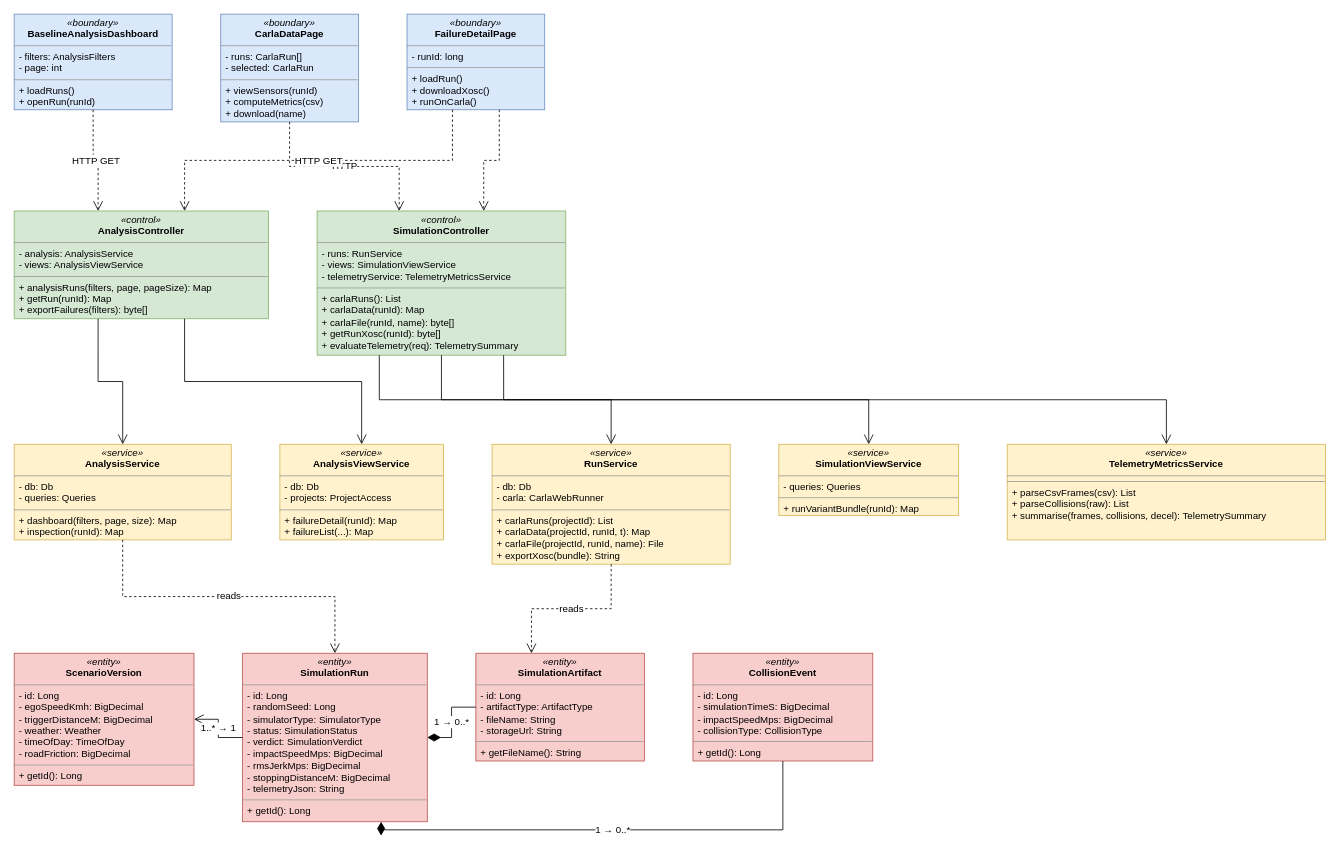
Before: docs/report/diagrams/fe09-11/fe09-class.drawio in Menakanchi/SEP490-FA26-G15, a draw.io diagram. Source tidied: cells renumbered, new cells numbered last; positions are measured from the earlier drawing's top-left corner, leaving out a move shared by most shapes. Both pictures are drawn from the tidied source at 81%, with x=0, y=0 at pixel (14, 14).
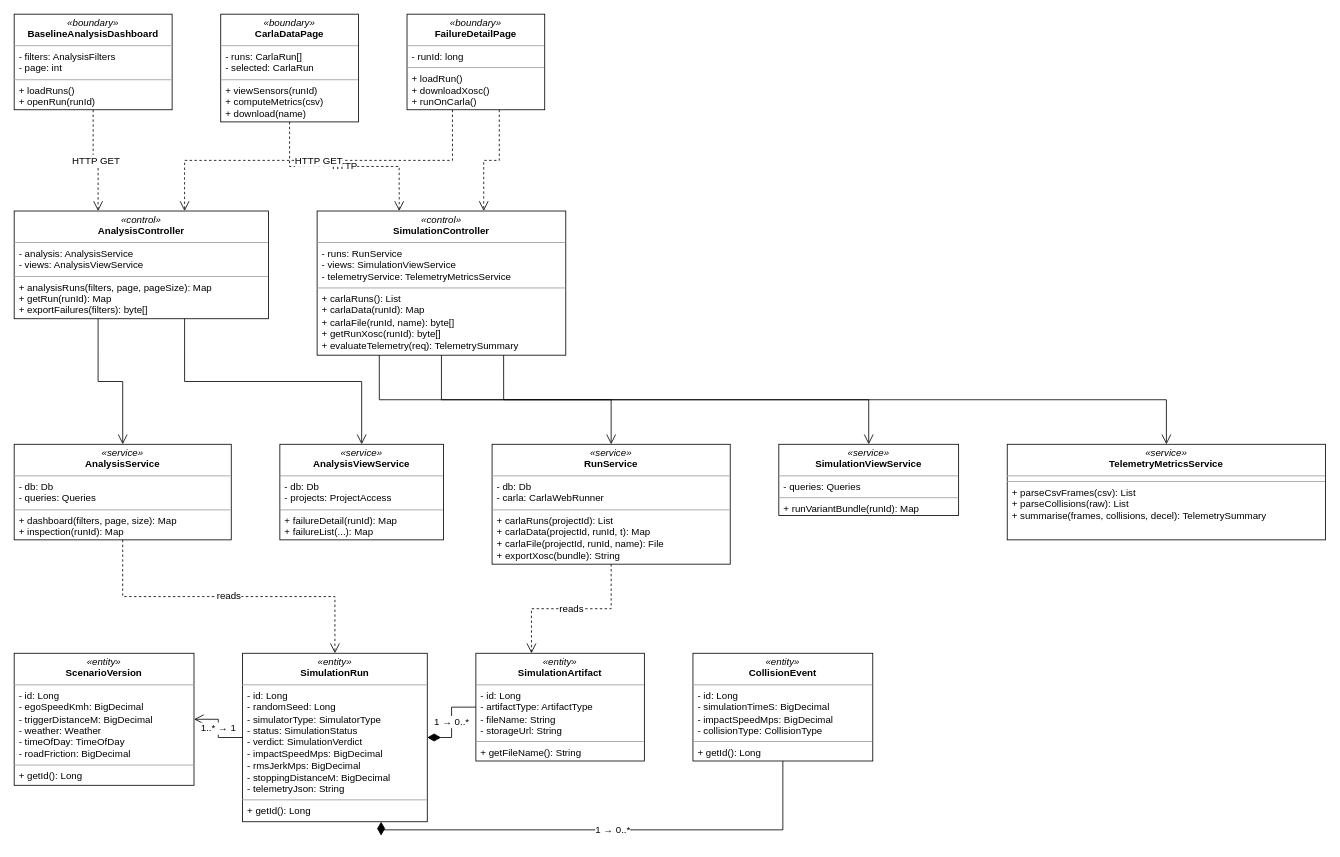
The same page after the edit.

Diff of the diagram source:
```diff
@@
-    <mxCell id="2" value="&lt;p style=&quot;margin:0;margin-top:4px;text-align:center;&quot;&gt;&lt;i&gt;&amp;laquo;boundary&amp;raquo;&lt;/i&gt;&lt;br&gt;&lt;b&gt;BaselineAnalysisDashboard&lt;/b&gt;&lt;/p&gt;&lt;hr size=&quot;1&quot;&gt;&lt;p style=&quot;margin:0 0 0 6px;&quot;&gt;- filters: AnalysisFilters&lt;br&gt;- page: int&lt;/p&gt;&lt;hr size=&quot;1&quot;&gt;&lt;p style=&quot;margin:0 0 0 6px;&quot;&gt;+ loadRuns()&lt;br&gt;+ openRun(runId)&lt;/p&gt;" style="verticalAlign=top;align=left;overflow=fill;html=1;whiteSpace=wrap;fontFamily=Helvetica;fontSize=12;fillColor=#dae8fc;strokeColor=#6c8ebf;" parent="1" vertex="1">
+    <mxCell id="2" value="&lt;p style=&quot;margin:0;margin-top:4px;text-align:center;&quot;&gt;&lt;i&gt;&amp;laquo;boundary&amp;raquo;&lt;/i&gt;&lt;br&gt;&lt;b&gt;BaselineAnalysisDashboard&lt;/b&gt;&lt;/p&gt;&lt;hr size=&quot;1&quot;&gt;&lt;p style=&quot;margin:0 0 0 6px;&quot;&gt;- filters: AnalysisFilters&lt;br&gt;- page: int&lt;/p&gt;&lt;hr size=&quot;1&quot;&gt;&lt;p style=&quot;margin:0 0 0 6px;&quot;&gt;+ loadRuns()&lt;br&gt;+ openRun(runId)&lt;/p&gt;" style="verticalAlign=top;align=left;overflow=fill;html=1;whiteSpace=wrap;fontFamily=Helvetica;fontSize=12;fillColor=#ffffff;strokeColor=#000000;" parent="1" vertex="1">
       <mxGeometry width="195" height="118" as="geometry" />
     </mxCell>
-    <mxCell id="3" value="&lt;p style=&quot;margin:0;margin-top:4px;text-align:center;&quot;&gt;&lt;i&gt;&amp;laquo;boundary&amp;raquo;&lt;/i&gt;&lt;br&gt;&lt;b&gt;CarlaDataPage&lt;/b&gt;&lt;/p&gt;&lt;hr size=&quot;1&quot;&gt;&lt;p style=&quot;margin:0 0 0 6px;&quot;&gt;- runs: CarlaRun[]&lt;br&gt;- selected: CarlaRun&lt;/p&gt;&lt;hr size=&quot;1&quot;&gt;&lt;p style=&quot;margin:0 0 0 6px;&quot;&gt;+ viewSensors(runId)&lt;br&gt;+ computeMetrics(csv)&lt;br&gt;+ download(name)&lt;/p&gt;" style="verticalAlign=top;align=left;overflow=fill;html=1;whiteSpace=wrap;fontFamily=Helvetica;fontSize=12;fillColor=#dae8fc;strokeColor=#6c8ebf;" parent="1" vertex="1">
+    <mxCell id="3" value="&lt;p style=&quot;margin:0;margin-top:4px;text-align:center;&quot;&gt;&lt;i&gt;&amp;laquo;boundary&amp;raquo;&lt;/i&gt;&lt;br&gt;&lt;b&gt;CarlaDataPage&lt;/b&gt;&lt;/p&gt;&lt;hr size=&quot;1&quot;&gt;&lt;p style=&quot;margin:0 0 0 6px;&quot;&gt;- runs: CarlaRun[]&lt;br&gt;- selected: CarlaRun&lt;/p&gt;&lt;hr size=&quot;1&quot;&gt;&lt;p style=&quot;margin:0 0 0 6px;&quot;&gt;+ viewSensors(runId)&lt;br&gt;+ computeMetrics(csv)&lt;br&gt;+ download(name)&lt;/p&gt;" style="verticalAlign=top;align=left;overflow=fill;html=1;whiteSpace=wrap;fontFamily=Helvetica;fontSize=12;fillColor=#ffffff;strokeColor=#000000;" parent="1" vertex="1">
       <mxGeometry x="255" width="170" height="133" as="geometry" />
     </mxCell>
-    <mxCell id="4" value="&lt;p style=&quot;margin:0;margin-top:4px;text-align:center;&quot;&gt;&lt;i&gt;&amp;laquo;boundary&amp;raquo;&lt;/i&gt;&lt;br&gt;&lt;b&gt;FailureDetailPage&lt;/b&gt;&lt;/p&gt;&lt;hr size=&quot;1&quot;&gt;&lt;p style=&quot;margin:0 0 0 6px;&quot;&gt;- runId: long&lt;/p&gt;&lt;hr size=&quot;1&quot;&gt;&lt;p style=&quot;margin:0 0 0 6px;&quot;&gt;+ loadRun()&lt;br&gt;+ downloadXosc()&lt;br&gt;+ runOnCarla()&lt;/p&gt;" style="verticalAlign=top;align=left;overflow=fill;html=1;whiteSpace=wrap;fontFamily=Helvetica;fontSize=12;fillColor=#dae8fc;strokeColor=#6c8ebf;" parent="1" vertex="1">
+    <mxCell id="4" value="&lt;p style=&quot;margin:0;margin-top:4px;text-align:center;&quot;&gt;&lt;i&gt;&amp;laquo;boundary&amp;raquo;&lt;/i&gt;&lt;br&gt;&lt;b&gt;FailureDetailPage&lt;/b&gt;&lt;/p&gt;&lt;hr size=&quot;1&quot;&gt;&lt;p style=&quot;margin:0 0 0 6px;&quot;&gt;- runId: long&lt;/p&gt;&lt;hr size=&quot;1&quot;&gt;&lt;p style=&quot;margin:0 0 0 6px;&quot;&gt;+ loadRun()&lt;br&gt;+ downloadXosc()&lt;br&gt;+ runOnCarla()&lt;/p&gt;" style="verticalAlign=top;align=left;overflow=fill;html=1;whiteSpace=wrap;fontFamily=Helvetica;fontSize=12;fillColor=#ffffff;strokeColor=#000000;" parent="1" vertex="1">
       <mxGeometry x="485" width="170" height="118" as="geometry" />
     </mxCell>
-    <mxCell id="5" value="&lt;p style=&quot;margin:0;margin-top:4px;text-align:center;&quot;&gt;&lt;i&gt;&amp;laquo;control&amp;raquo;&lt;/i&gt;&lt;br&gt;&lt;b&gt;AnalysisController&lt;/b&gt;&lt;/p&gt;&lt;hr size=&quot;1&quot;&gt;&lt;p style=&quot;margin:0 0 0 6px;&quot;&gt;- analysis: AnalysisService&lt;br&gt;- views: AnalysisViewService&lt;/p&gt;&lt;hr size=&quot;1&quot;&gt;&lt;p style=&quot;margin:0 0 0 6px;&quot;&gt;+ analysisRuns(filters, page, pageSize): Map&lt;br&gt;+ getRun(runId): Map&lt;br&gt;+ exportFailures(filters): byte[]&lt;/p&gt;" style="verticalAlign=top;align=left;overflow=fill;html=1;whiteSpace=wrap;fontFamily=Helvetica;fontSize=12;fillColor=#d5e8d4;strokeColor=#82b366;" parent="1" vertex="1">
+    <mxCell id="5" value="&lt;p style=&quot;margin:0;margin-top:4px;text-align:center;&quot;&gt;&lt;i&gt;&amp;laquo;control&amp;raquo;&lt;/i&gt;&lt;br&gt;&lt;b&gt;AnalysisController&lt;/b&gt;&lt;/p&gt;&lt;hr size=&quot;1&quot;&gt;&lt;p style=&quot;margin:0 0 0 6px;&quot;&gt;- analysis: AnalysisService&lt;br&gt;- views: AnalysisViewService&lt;/p&gt;&lt;hr size=&quot;1&quot;&gt;&lt;p style=&quot;margin:0 0 0 6px;&quot;&gt;+ analysisRuns(filters, page, pageSize): Map&lt;br&gt;+ getRun(runId): Map&lt;br&gt;+ exportFailures(filters): byte[]&lt;/p&gt;" style="verticalAlign=top;align=left;overflow=fill;html=1;whiteSpace=wrap;fontFamily=Helvetica;fontSize=12;fillColor=#ffffff;strokeColor=#000000;" parent="1" vertex="1">
       <mxGeometry y="243" width="314" height="133" as="geometry" />
     </mxCell>
-    <mxCell id="6" value="&lt;p style=&quot;margin:0;margin-top:4px;text-align:center;&quot;&gt;&lt;i&gt;&amp;laquo;control&amp;raquo;&lt;/i&gt;&lt;br&gt;&lt;b&gt;SimulationController&lt;/b&gt;&lt;/p&gt;&lt;hr size=&quot;1&quot;&gt;&lt;p style=&quot;margin:0 0 0 6px;&quot;&gt;- runs: RunService&lt;br&gt;- views: SimulationViewService&lt;br&gt;- telemetryService: TelemetryMetricsService&lt;/p&gt;&lt;hr size=&quot;1&quot;&gt;&lt;p style=&quot;margin:0 0 0 6px;&quot;&gt;+ carlaRuns(): List&lt;br&gt;+ carlaData(runId): Map&lt;br&gt;+ carlaFile(runId, name): byte[]&lt;br&gt;+ getRunXosc(runId): byte[]&lt;br&gt;+ evaluateTelemetry(req): TelemetrySummary&lt;/p&gt;" style="verticalAlign=top;align=left;overflow=fill;html=1;whiteSpace=wrap;fontFamily=Helvetica;fontSize=12;fillColor=#d5e8d4;strokeColor=#82b366;" parent="1" vertex="1">
+    <mxCell id="6" value="&lt;p style=&quot;margin:0;margin-top:4px;text-align:center;&quot;&gt;&lt;i&gt;&amp;laquo;control&amp;raquo;&lt;/i&gt;&lt;br&gt;&lt;b&gt;SimulationController&lt;/b&gt;&lt;/p&gt;&lt;hr size=&quot;1&quot;&gt;&lt;p style=&quot;margin:0 0 0 6px;&quot;&gt;- runs: RunService&lt;br&gt;- views: SimulationViewService&lt;br&gt;- telemetryService: TelemetryMetricsService&lt;/p&gt;&lt;hr size=&quot;1&quot;&gt;&lt;p style=&quot;margin:0 0 0 6px;&quot;&gt;+ carlaRuns(): List&lt;br&gt;+ carlaData(runId): Map&lt;br&gt;+ carlaFile(runId, name): byte[]&lt;br&gt;+ getRunXosc(runId): byte[]&lt;br&gt;+ evaluateTelemetry(req): TelemetrySummary&lt;/p&gt;" style="verticalAlign=top;align=left;overflow=fill;html=1;whiteSpace=wrap;fontFamily=Helvetica;fontSize=12;fillColor=#ffffff;strokeColor=#000000;" parent="1" vertex="1">
       <mxGeometry x="374" y="243" width="307" height="178" as="geometry" />
     </mxCell>
-    <mxCell id="7" value="&lt;p style=&quot;margin:0;margin-top:4px;text-align:center;&quot;&gt;&lt;i&gt;&amp;laquo;service&amp;raquo;&lt;/i&gt;&lt;br&gt;&lt;b&gt;AnalysisService&lt;/b&gt;&lt;/p&gt;&lt;hr size=&quot;1&quot;&gt;&lt;p style=&quot;margin:0 0 0 6px;&quot;&gt;- db: Db&lt;br&gt;- queries: Queries&lt;/p&gt;&lt;hr size=&quot;1&quot;&gt;&lt;p style=&quot;margin:0 0 0 6px;&quot;&gt;+ dashboard(filters, page, size): Map&lt;br&gt;+ inspection(runId): Map&lt;/p&gt;" style="verticalAlign=top;align=left;overflow=fill;html=1;whiteSpace=wrap;fontFamily=Helvetica;fontSize=12;fillColor=#fff2cc;strokeColor=#d6b656;" parent="1" vertex="1">
+    <mxCell id="7" value="&lt;p style=&quot;margin:0;margin-top:4px;text-align:center;&quot;&gt;&lt;i&gt;&amp;laquo;service&amp;raquo;&lt;/i&gt;&lt;br&gt;&lt;b&gt;AnalysisService&lt;/b&gt;&lt;/p&gt;&lt;hr size=&quot;1&quot;&gt;&lt;p style=&quot;margin:0 0 0 6px;&quot;&gt;- db: Db&lt;br&gt;- queries: Queries&lt;/p&gt;&lt;hr size=&quot;1&quot;&gt;&lt;p style=&quot;margin:0 0 0 6px;&quot;&gt;+ dashboard(filters, page, size): Map&lt;br&gt;+ inspection(runId): Map&lt;/p&gt;" style="verticalAlign=top;align=left;overflow=fill;html=1;whiteSpace=wrap;fontFamily=Helvetica;fontSize=12;fillColor=#ffffff;strokeColor=#000000;" parent="1" vertex="1">
       <mxGeometry y="531" width="268" height="118" as="geometry" />
     </mxCell>
-    <mxCell id="8" value="&lt;p style=&quot;margin:0;margin-top:4px;text-align:center;&quot;&gt;&lt;i&gt;&amp;laquo;service&amp;raquo;&lt;/i&gt;&lt;br&gt;&lt;b&gt;AnalysisViewService&lt;/b&gt;&lt;/p&gt;&lt;hr size=&quot;1&quot;&gt;&lt;p style=&quot;margin:0 0 0 6px;&quot;&gt;- db: Db&lt;br&gt;- projects: ProjectAccess&lt;/p&gt;&lt;hr size=&quot;1&quot;&gt;&lt;p style=&quot;margin:0 0 0 6px;&quot;&gt;+ failureDetail(runId): Map&lt;br&gt;+ failureList(...): Map&lt;/p&gt;" style="verticalAlign=top;align=left;overflow=fill;html=1;whiteSpace=wrap;fontFamily=Helvetica;fontSize=12;fillColor=#fff2cc;strokeColor=#d6b656;" parent="1" vertex="1">
+    <mxCell id="8" value="&lt;p style=&quot;margin:0;margin-top:4px;text-align:center;&quot;&gt;&lt;i&gt;&amp;laquo;service&amp;raquo;&lt;/i&gt;&lt;br&gt;&lt;b&gt;AnalysisViewService&lt;/b&gt;&lt;/p&gt;&lt;hr size=&quot;1&quot;&gt;&lt;p style=&quot;margin:0 0 0 6px;&quot;&gt;- db: Db&lt;br&gt;- projects: ProjectAccess&lt;/p&gt;&lt;hr size=&quot;1&quot;&gt;&lt;p style=&quot;margin:0 0 0 6px;&quot;&gt;+ failureDetail(runId): Map&lt;br&gt;+ failureList(...): Map&lt;/p&gt;" style="verticalAlign=top;align=left;overflow=fill;html=1;whiteSpace=wrap;fontFamily=Helvetica;fontSize=12;fillColor=#ffffff;strokeColor=#000000;" parent="1" vertex="1">
       <mxGeometry x="328" y="531" width="202" height="118" as="geometry" />
     </mxCell>
-    <mxCell id="9" value="&lt;p style=&quot;margin:0;margin-top:4px;text-align:center;&quot;&gt;&lt;i&gt;&amp;laquo;service&amp;raquo;&lt;/i&gt;&lt;br&gt;&lt;b&gt;RunService&lt;/b&gt;&lt;/p&gt;&lt;hr size=&quot;1&quot;&gt;&lt;p style=&quot;margin:0 0 0 6px;&quot;&gt;- db: Db&lt;br&gt;- carla: CarlaWebRunner&lt;/p&gt;&lt;hr size=&quot;1&quot;&gt;&lt;p style=&quot;margin:0 0 0 6px;&quot;&gt;+ carlaRuns(projectId): List&lt;br&gt;+ carlaData(projectId, runId, t): Map&lt;br&gt;+ carlaFile(projectId, runId, name): File&lt;br&gt;+ exportXosc(bundle): String&lt;/p&gt;" style="verticalAlign=top;align=left;overflow=fill;html=1;whiteSpace=wrap;fontFamily=Helvetica;fontSize=12;fillColor=#fff2cc;strokeColor=#d6b656;" parent="1" vertex="1">
+    <mxCell id="9" value="&lt;p style=&quot;margin:0;margin-top:4px;text-align:center;&quot;&gt;&lt;i&gt;&amp;laquo;service&amp;raquo;&lt;/i&gt;&lt;br&gt;&lt;b&gt;RunService&lt;/b&gt;&lt;/p&gt;&lt;hr size=&quot;1&quot;&gt;&lt;p style=&quot;margin:0 0 0 6px;&quot;&gt;- db: Db&lt;br&gt;- carla: CarlaWebRunner&lt;/p&gt;&lt;hr size=&quot;1&quot;&gt;&lt;p style=&quot;margin:0 0 0 6px;&quot;&gt;+ carlaRuns(projectId): List&lt;br&gt;+ carlaData(projectId, runId, t): Map&lt;br&gt;+ carlaFile(projectId, runId, name): File&lt;br&gt;+ exportXosc(bundle): String&lt;/p&gt;" style="verticalAlign=top;align=left;overflow=fill;html=1;whiteSpace=wrap;fontFamily=Helvetica;fontSize=12;fillColor=#ffffff;strokeColor=#000000;" parent="1" vertex="1">
       <mxGeometry x="590" y="531" width="294" height="148" as="geometry" />
     </mxCell>
-    <mxCell id="10" value="&lt;p style=&quot;margin:0;margin-top:4px;text-align:center;&quot;&gt;&lt;i&gt;&amp;laquo;service&amp;raquo;&lt;/i&gt;&lt;br&gt;&lt;b&gt;SimulationViewService&lt;/b&gt;&lt;/p&gt;&lt;hr size=&quot;1&quot;&gt;&lt;p style=&quot;margin:0 0 0 6px;&quot;&gt;- queries: Queries&lt;/p&gt;&lt;hr size=&quot;1&quot;&gt;&lt;p style=&quot;margin:0 0 0 6px;&quot;&gt;+ runVariantBundle(runId): Map&lt;/p&gt;" style="verticalAlign=top;align=left;overflow=fill;html=1;whiteSpace=wrap;fontFamily=Helvetica;fontSize=12;fillColor=#fff2cc;strokeColor=#d6b656;" parent="1" vertex="1">
+    <mxCell id="10" value="&lt;p style=&quot;margin:0;margin-top:4px;text-align:center;&quot;&gt;&lt;i&gt;&amp;laquo;service&amp;raquo;&lt;/i&gt;&lt;br&gt;&lt;b&gt;SimulationViewService&lt;/b&gt;&lt;/p&gt;&lt;hr size=&quot;1&quot;&gt;&lt;p style=&quot;margin:0 0 0 6px;&quot;&gt;- queries: Queries&lt;/p&gt;&lt;hr size=&quot;1&quot;&gt;&lt;p style=&quot;margin:0 0 0 6px;&quot;&gt;+ runVariantBundle(runId): Map&lt;/p&gt;" style="verticalAlign=top;align=left;overflow=fill;html=1;whiteSpace=wrap;fontFamily=Helvetica;fontSize=12;fillColor=#ffffff;strokeColor=#000000;" parent="1" vertex="1">
       <mxGeometry x="944" y="531" width="222" height="88" as="geometry" />
     </mxCell>
-    <mxCell id="11" value="&lt;p style=&quot;margin:0;margin-top:4px;text-align:center;&quot;&gt;&lt;i&gt;&amp;laquo;service&amp;raquo;&lt;/i&gt;&lt;br&gt;&lt;b&gt;TelemetryMetricsService&lt;/b&gt;&lt;/p&gt;&lt;hr size=&quot;1&quot;&gt;&lt;p style=&quot;margin:0 0 0 6px;&quot;&gt;&lt;/p&gt;&lt;hr size=&quot;1&quot;&gt;&lt;p style=&quot;margin:0 0 0 6px;&quot;&gt;+ parseCsvFrames(csv): List&lt;br&gt;+ parseCollisions(raw): List&lt;br&gt;+ summarise(frames, collisions, decel): TelemetrySummary&lt;/p&gt;" style="verticalAlign=top;align=left;overflow=fill;html=1;whiteSpace=wrap;fontFamily=Helvetica;fontSize=12;fillColor=#fff2cc;strokeColor=#d6b656;" parent="1" vertex="1">
+    <mxCell id="11" value="&lt;p style=&quot;margin:0;margin-top:4px;text-align:center;&quot;&gt;&lt;i&gt;&amp;laquo;service&amp;raquo;&lt;/i&gt;&lt;br&gt;&lt;b&gt;TelemetryMetricsService&lt;/b&gt;&lt;/p&gt;&lt;hr size=&quot;1&quot;&gt;&lt;p style=&quot;margin:0 0 0 6px;&quot;&gt;&lt;/p&gt;&lt;hr size=&quot;1&quot;&gt;&lt;p style=&quot;margin:0 0 0 6px;&quot;&gt;+ parseCsvFrames(csv): List&lt;br&gt;+ parseCollisions(raw): List&lt;br&gt;+ summarise(frames, collisions, decel): TelemetrySummary&lt;/p&gt;" style="verticalAlign=top;align=left;overflow=fill;html=1;whiteSpace=wrap;fontFamily=Helvetica;fontSize=12;fillColor=#ffffff;strokeColor=#000000;" parent="1" vertex="1">
       <mxGeometry x="1226" y="531" width="393" height="118" as="geometry" />
     </mxCell>
-    <mxCell id="12" value="&lt;p style=&quot;margin:0;margin-top:4px;text-align:center;&quot;&gt;&lt;i&gt;&amp;laquo;entity&amp;raquo;&lt;/i&gt;&lt;br&gt;&lt;b&gt;ScenarioVersion&lt;/b&gt;&lt;/p&gt;&lt;hr size=&quot;1&quot;&gt;&lt;p style=&quot;margin:0 0 0 6px;&quot;&gt;- id: Long&lt;br&gt;- egoSpeedKmh: BigDecimal&lt;br&gt;- triggerDistanceM: BigDecimal&lt;br&gt;- weather: Weather&lt;br&gt;- timeOfDay: TimeOfDay&lt;br&gt;- roadFriction: BigDecimal&lt;/p&gt;&lt;hr size=&quot;1&quot;&gt;&lt;p style=&quot;margin:0 0 0 6px;&quot;&gt;+ getId(): Long&lt;/p&gt;" style="verticalAlign=top;align=left;overflow=fill;html=1;whiteSpace=wrap;fontFamily=Helvetica;fontSize=12;fillColor=#f8cecc;strokeColor=#b85450;" parent="1" vertex="1">
+    <mxCell id="12" value="&lt;p style=&quot;margin:0;margin-top:4px;text-align:center;&quot;&gt;&lt;i&gt;&amp;laquo;entity&amp;raquo;&lt;/i&gt;&lt;br&gt;&lt;b&gt;ScenarioVersion&lt;/b&gt;&lt;/p&gt;&lt;hr size=&quot;1&quot;&gt;&lt;p style=&quot;margin:0 0 0 6px;&quot;&gt;- id: Long&lt;br&gt;- egoSpeedKmh: BigDecimal&lt;br&gt;- triggerDistanceM: BigDecimal&lt;br&gt;- weather: Weather&lt;br&gt;- timeOfDay: TimeOfDay&lt;br&gt;- roadFriction: BigDecimal&lt;/p&gt;&lt;hr size=&quot;1&quot;&gt;&lt;p style=&quot;margin:0 0 0 6px;&quot;&gt;+ getId(): Long&lt;/p&gt;" style="verticalAlign=top;align=left;overflow=fill;html=1;whiteSpace=wrap;fontFamily=Helvetica;fontSize=12;fillColor=#ffffff;strokeColor=#000000;" parent="1" vertex="1">
       <mxGeometry y="789" width="222" height="163" as="geometry" />
     </mxCell>
-    <mxCell id="13" value="&lt;p style=&quot;margin:0;margin-top:4px;text-align:center;&quot;&gt;&lt;i&gt;&amp;laquo;entity&amp;raquo;&lt;/i&gt;&lt;br&gt;&lt;b&gt;SimulationRun&lt;/b&gt;&lt;/p&gt;&lt;hr size=&quot;1&quot;&gt;&lt;p style=&quot;margin:0 0 0 6px;&quot;&gt;- id: Long&lt;br&gt;- randomSeed: Long&lt;br&gt;- simulatorType: SimulatorType&lt;br&gt;- status: SimulationStatus&lt;br&gt;- verdict: SimulationVerdict&lt;br&gt;- impactSpeedMps: BigDecimal&lt;br&gt;- rmsJerkMps: BigDecimal&lt;br&gt;- stoppingDistanceM: BigDecimal&lt;br&gt;- telemetryJson: String&lt;/p&gt;&lt;hr size=&quot;1&quot;&gt;&lt;p style=&quot;margin:0 0 0 6px;&quot;&gt;+ getId(): Long&lt;/p&gt;" style="verticalAlign=top;align=left;overflow=fill;html=1;whiteSpace=wrap;fontFamily=Helvetica;fontSize=12;fillColor=#f8cecc;strokeColor=#b85450;" parent="1" vertex="1">
+    <mxCell id="13" value="&lt;p style=&quot;margin:0;margin-top:4px;text-align:center;&quot;&gt;&lt;i&gt;&amp;laquo;entity&amp;raquo;&lt;/i&gt;&lt;br&gt;&lt;b&gt;SimulationRun&lt;/b&gt;&lt;/p&gt;&lt;hr size=&quot;1&quot;&gt;&lt;p style=&quot;margin:0 0 0 6px;&quot;&gt;- id: Long&lt;br&gt;- randomSeed: Long&lt;br&gt;- simulatorType: SimulatorType&lt;br&gt;- status: SimulationStatus&lt;br&gt;- verdict: SimulationVerdict&lt;br&gt;- impactSpeedMps: BigDecimal&lt;br&gt;- rmsJerkMps: BigDecimal&lt;br&gt;- stoppingDistanceM: BigDecimal&lt;br&gt;- telemetryJson: String&lt;/p&gt;&lt;hr size=&quot;1&quot;&gt;&lt;p style=&quot;margin:0 0 0 6px;&quot;&gt;+ getId(): Long&lt;/p&gt;" style="verticalAlign=top;align=left;overflow=fill;html=1;whiteSpace=wrap;fontFamily=Helvetica;fontSize=12;fillColor=#ffffff;strokeColor=#000000;" parent="1" vertex="1">
       <mxGeometry x="282" y="789" width="228" height="208" as="geometry" />
     </mxCell>
-    <mxCell id="14" value="&lt;p style=&quot;margin:0;margin-top:4px;text-align:center;&quot;&gt;&lt;i&gt;&amp;laquo;entity&amp;raquo;&lt;/i&gt;&lt;br&gt;&lt;b&gt;SimulationArtifact&lt;/b&gt;&lt;/p&gt;&lt;hr size=&quot;1&quot;&gt;&lt;p style=&quot;margin:0 0 0 6px;&quot;&gt;- id: Long&lt;br&gt;- artifactType: ArtifactType&lt;br&gt;- fileName: String&lt;br&gt;- storageUrl: String&lt;/p&gt;&lt;hr size=&quot;1&quot;&gt;&lt;p style=&quot;margin:0 0 0 6px;&quot;&gt;+ getFileName(): String&lt;/p&gt;" style="verticalAlign=top;align=left;overflow=fill;html=1;whiteSpace=wrap;fontFamily=Helvetica;fontSize=12;fillColor=#f8cecc;strokeColor=#b85450;" parent="1" vertex="1">
+    <mxCell id="14" value="&lt;p style=&quot;margin:0;margin-top:4px;text-align:center;&quot;&gt;&lt;i&gt;&amp;laquo;entity&amp;raquo;&lt;/i&gt;&lt;br&gt;&lt;b&gt;SimulationArtifact&lt;/b&gt;&lt;/p&gt;&lt;hr size=&quot;1&quot;&gt;&lt;p style=&quot;margin:0 0 0 6px;&quot;&gt;- id: Long&lt;br&gt;- artifactType: ArtifactType&lt;br&gt;- fileName: String&lt;br&gt;- storageUrl: String&lt;/p&gt;&lt;hr size=&quot;1&quot;&gt;&lt;p style=&quot;margin:0 0 0 6px;&quot;&gt;+ getFileName(): String&lt;/p&gt;" style="verticalAlign=top;align=left;overflow=fill;html=1;whiteSpace=wrap;fontFamily=Helvetica;fontSize=12;fillColor=#ffffff;strokeColor=#000000;" parent="1" vertex="1">
       <mxGeometry x="570" y="789" width="208" height="133" as="geometry" />
     </mxCell>
-    <mxCell id="15" value="&lt;p style=&quot;margin:0;margin-top:4px;text-align:center;&quot;&gt;&lt;i&gt;&amp;laquo;entity&amp;raquo;&lt;/i&gt;&lt;br&gt;&lt;b&gt;CollisionEvent&lt;/b&gt;&lt;/p&gt;&lt;hr size=&quot;1&quot;&gt;&lt;p style=&quot;margin:0 0 0 6px;&quot;&gt;- id: Long&lt;br&gt;- simulationTimeS: BigDecimal&lt;br&gt;- impactSpeedMps: BigDecimal&lt;br&gt;- collisionType: CollisionType&lt;/p&gt;&lt;hr size=&quot;1&quot;&gt;&lt;p style=&quot;margin:0 0 0 6px;&quot;&gt;+ getId(): Long&lt;/p&gt;" style="verticalAlign=top;align=left;overflow=fill;html=1;whiteSpace=wrap;fontFamily=Helvetica;fontSize=12;fillColor=#f8cecc;strokeColor=#b85450;" parent="1" vertex="1">
+    <mxCell id="15" value="&lt;p style=&quot;margin:0;margin-top:4px;text-align:center;&quot;&gt;&lt;i&gt;&amp;laquo;entity&amp;raquo;&lt;/i&gt;&lt;br&gt;&lt;b&gt;CollisionEvent&lt;/b&gt;&lt;/p&gt;&lt;hr size=&quot;1&quot;&gt;&lt;p style=&quot;margin:0 0 0 6px;&quot;&gt;- id: Long&lt;br&gt;- simulationTimeS: BigDecimal&lt;br&gt;- impactSpeedMps: BigDecimal&lt;br&gt;- collisionType: CollisionType&lt;/p&gt;&lt;hr size=&quot;1&quot;&gt;&lt;p style=&quot;margin:0 0 0 6px;&quot;&gt;+ getId(): Long&lt;/p&gt;" style="verticalAlign=top;align=left;overflow=fill;html=1;whiteSpace=wrap;fontFamily=Helvetica;fontSize=12;fillColor=#ffffff;strokeColor=#000000;" parent="1" vertex="1">
       <mxGeometry x="838" y="789" width="222" height="133" as="geometry" />
     </mxCell>
```
